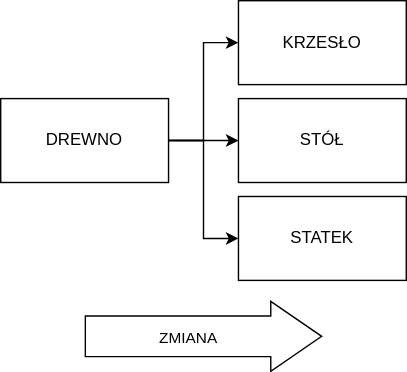
lyckantropen/awakening-pl keeps this draw.io diagram as images/ep-06-forma-01.svg. Above is the earlier version. Source tidied: cells renumbered, new cells last; positions are measured from the earlier drawing's top-left corner, leaving out a move shared by most shapes.
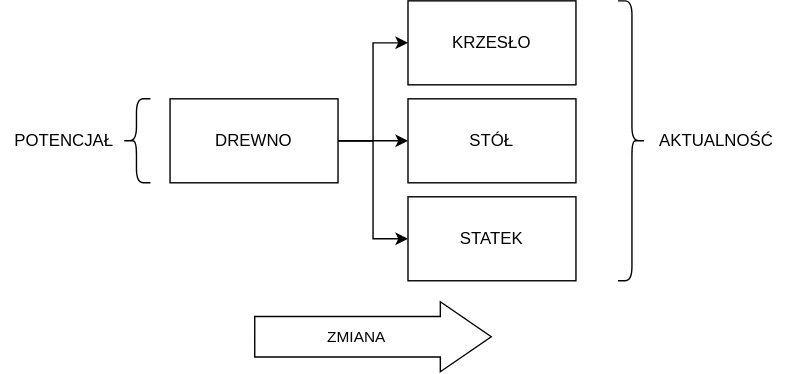
The same file after the commit.

What changed in the source:
```diff
@@ -32,5 +32,17 @@
     <mxCell id="10" value="ZMIANA" style="edgeLabel;html=1;align=center;verticalAlign=middle;" parent="9" vertex="1">
       <mxGeometry x="-0.14" relative="1" as="geometry" />
     </mxCell>
+    <mxCell id="11" style="shape=curlyBracket;whiteSpace=wrap;html=1;rounded=1;flipH=1;" parent="1" vertex="1">
+      <mxGeometry x="320" width="20" height="200" as="geometry" />
+    </mxCell>
+    <mxCell id="12" value="AKTUALNOŚĆ" style="text;html=1;align=center;verticalAlign=middle;strokeColor=none;fillColor=none;" parent="1" vertex="1">
+      <mxGeometry x="340" y="90" width="100" height="20" as="geometry" />
+    </mxCell>
+    <mxCell id="13" style="shape=curlyBracket;whiteSpace=wrap;html=1;rounded=1;" parent="1" vertex="1">
+      <mxGeometry x="-34" y="70" width="20" height="60" as="geometry" />
+    </mxCell>
+    <mxCell id="14" value="POTENCJAŁ" style="text;html=1;align=center;verticalAlign=middle;strokeColor=none;fillColor=none;" parent="1" vertex="1">
+      <mxGeometry x="-121" y="90" width="90" height="20" as="geometry" />
+    </mxCell>
   </root>
 </mxGraphModel>
```
